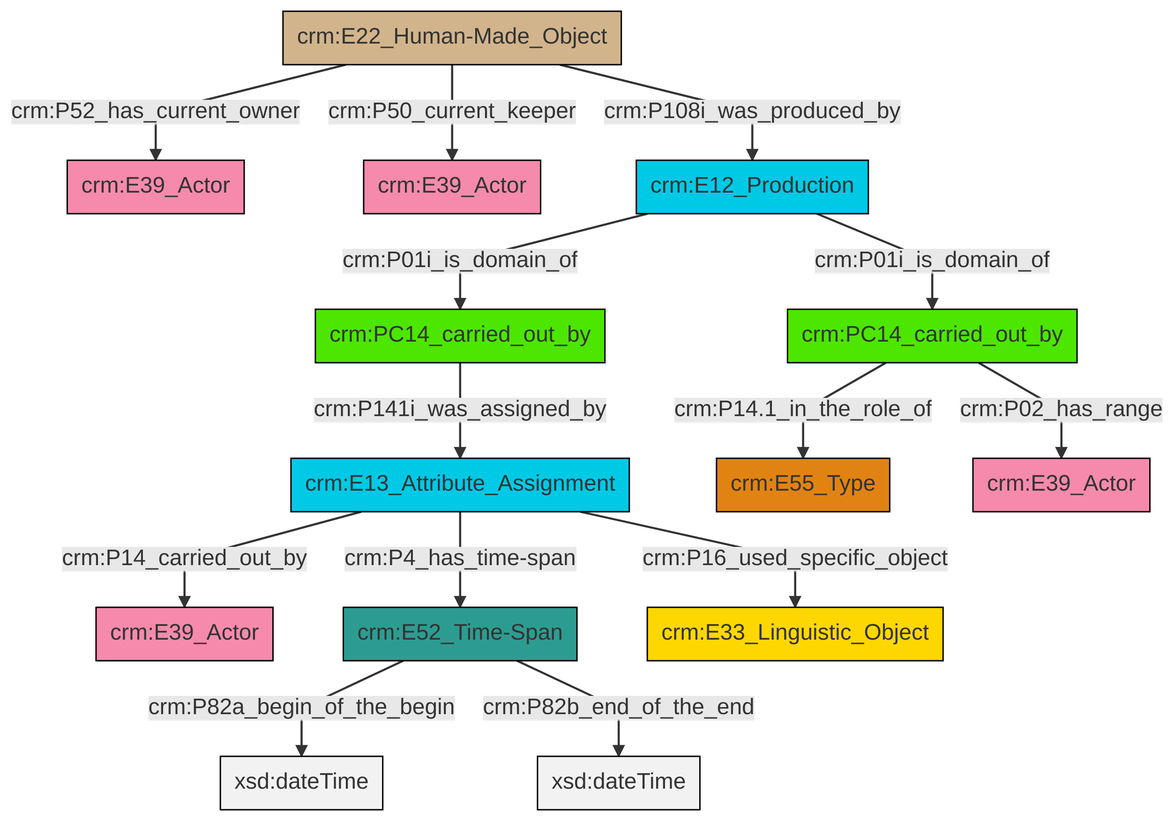
Before: et/carrierCSV/ttl/mmd/png/carrier_relations.png, a diagram exported from Mermaid (swiss-art-research-net/docs.swissartresearch). Its source is kept beside it as et/carrierCSV/ttl/mmd/carrier_relations.ttl.mmd.
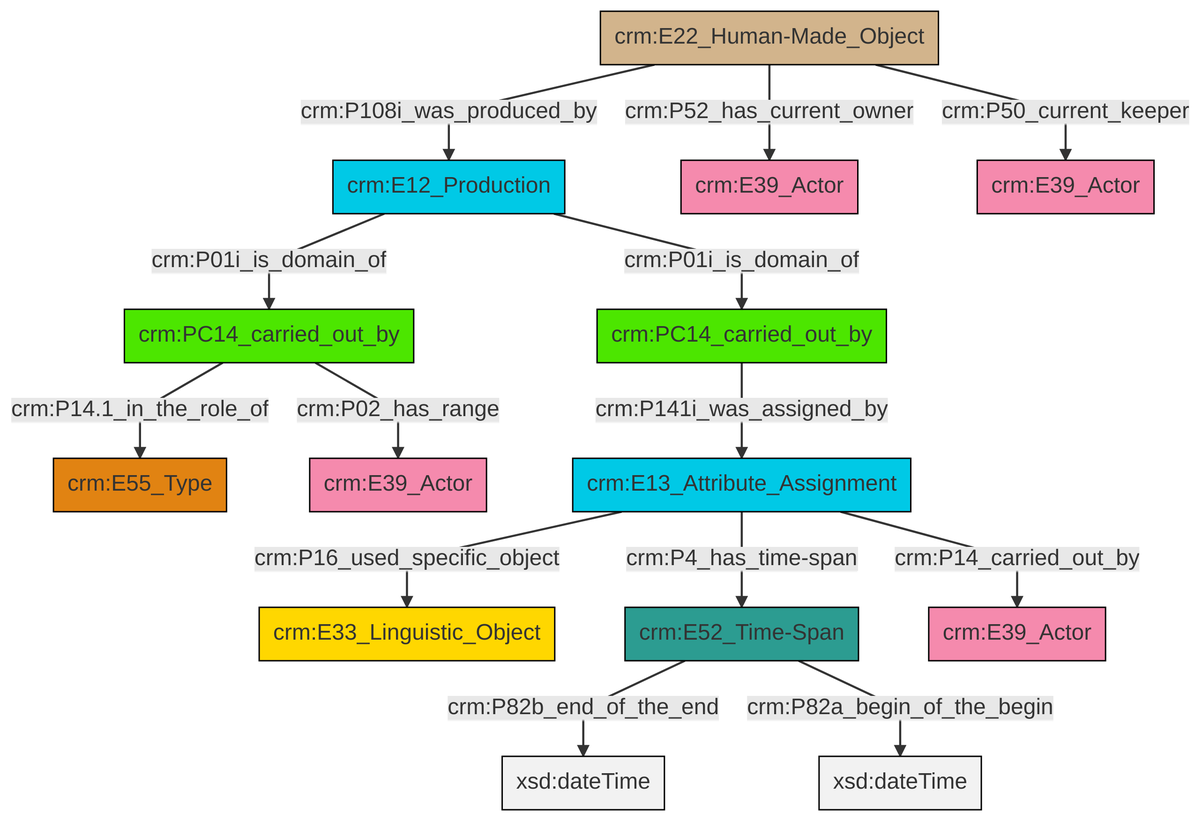
After the commit.

Diff of the diagram source:
```diff
@@ -13,16 +13,16 @@
 classDef PC_Classes fill:#4ce600, stroke:#000000;
 classDef Multi fill:#cccccc,stroke:#000000;
 
-2["crm:PC14_carried_out_by"]:::PC_Classes -->|crm:P14.1_in_the_role_of| 3["crm:E55_Type"]:::Type
-4["crm:E52_Time-Span"]:::Time-Span -->|crm:P82a_begin_of_the_begin| 5[xsd:dateTime]:::Literal
-6["crm:PC14_carried_out_by"]:::PC_Classes -->|crm:P141i_was_assigned_by| 7["crm:E13_Attribute_Assignment"]:::Temporal_Entity
-8["crm:E12_Production"]:::Temporal_Entity -->|crm:P01i_is_domain_of| 6["crm:PC14_carried_out_by"]:::PC_Classes
-7["crm:E13_Attribute_Assignment"]:::Temporal_Entity -->|crm:P14_carried_out_by| 0["crm:E39_Actor"]:::Actor
-11["crm:E22_Human-Made_Object"]:::Physical_Thing -->|crm:P52_has_current_owner| 12["crm:E39_Actor"]:::Actor
-2["crm:PC14_carried_out_by"]:::PC_Classes -->|crm:P02_has_range| 13["crm:E39_Actor"]:::Actor
-11["crm:E22_Human-Made_Object"]:::Physical_Thing -->|crm:P50_current_keeper| 14["crm:E39_Actor"]:::Actor
-11["crm:E22_Human-Made_Object"]:::Physical_Thing -->|crm:P108i_was_produced_by| 8["crm:E12_Production"]:::Temporal_Entity
-8["crm:E12_Production"]:::Temporal_Entity -->|crm:P01i_is_domain_of| 2["crm:PC14_carried_out_by"]:::PC_Classes
-4["crm:E52_Time-Span"]:::Time-Span -->|crm:P82b_end_of_the_end| 16[xsd:dateTime]:::Literal
-7["crm:E13_Attribute_Assignment"]:::Temporal_Entity -->|crm:P4_has_time-span| 4["crm:E52_Time-Span"]:::Time-Span
-7["crm:E13_Attribute_Assignment"]:::Temporal_Entity -->|crm:P16_used_specific_object| 24["crm:E33_Linguistic_Object"]:::Conceptual_Object
+2["crm:E22_Human-Made_Object"]:::Physical_Thing -->|crm:P108i_was_produced_by| 3["crm:E12_Production"]:::Temporal_Entity
+4["crm:PC14_carried_out_by"]:::PC_Classes -->|crm:P14.1_in_the_role_of| 5["crm:E55_Type"]:::Type
+6["crm:E52_Time-Span"]:::Time-Span -->|crm:P82b_end_of_the_end| 7[xsd:dateTime]:::Literal
+3["crm:E12_Production"]:::Temporal_Entity -->|crm:P01i_is_domain_of| 10["crm:PC14_carried_out_by"]:::PC_Classes
+16["crm:E13_Attribute_Assignment"]:::Temporal_Entity -->|crm:P14_carried_out_by| 17["crm:E39_Actor"]:::Actor
+16["crm:E13_Attribute_Assignment"]:::Temporal_Entity -->|crm:P4_has_time-span| 6["crm:E52_Time-Span"]:::Time-Span
+4["crm:PC14_carried_out_by"]:::PC_Classes -->|crm:P02_has_range| 13["crm:E39_Actor"]:::Actor
+16["crm:E13_Attribute_Assignment"]:::Temporal_Entity -->|crm:P16_used_specific_object| 0["crm:E33_Linguistic_Object"]:::Conceptual_Object
+2["crm:E22_Human-Made_Object"]:::Physical_Thing -->|crm:P52_has_current_owner| 11["crm:E39_Actor"]:::Actor
+10["crm:PC14_carried_out_by"]:::PC_Classes -->|crm:P141i_was_assigned_by| 16["crm:E13_Attribute_Assignment"]:::Temporal_Entity
+2["crm:E22_Human-Made_Object"]:::Physical_Thing -->|crm:P50_current_keeper| 20["crm:E39_Actor"]:::Actor
+3["crm:E12_Production"]:::Temporal_Entity -->|crm:P01i_is_domain_of| 4["crm:PC14_carried_out_by"]:::PC_Classes
+6["crm:E52_Time-Span"]:::Time-Span -->|crm:P82a_begin_of_the_begin| 25[xsd:dateTime]:::Literal
```
